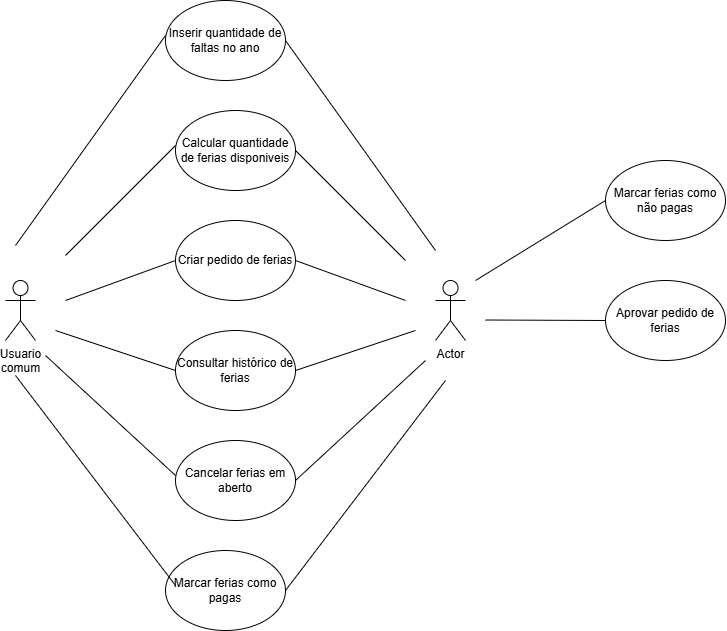
Before: Primeiro Semestre/casos de uso TCC-caso de uso especifico 3 - ferias.drawio.png, a diagram exported from draw.io (Lucas-RDV/TCC). Source tidied: cells renumbered, new cells last; positions are measured from the earlier drawing's top-left corner, leaving out a move shared by most shapes.
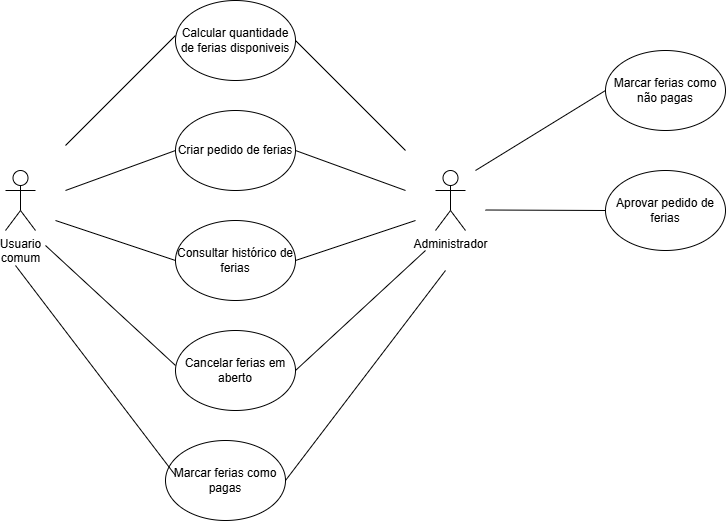
The same file after the commit.

Commit message:
diagrama de classes 1.0

What changed in the source:
```diff
@@ -14,16 +14,13 @@
     <mxCell id="5" value="Consultar histórico de ferias" style="ellipse;whiteSpace=wrap;html=1;" parent="1" vertex="1">
       <mxGeometry x="170" y="330" width="120" height="80" as="geometry" />
     </mxCell>
-    <mxCell id="6" value="Inserir quantidade de faltas no ano" style="ellipse;whiteSpace=wrap;html=1;" parent="1" vertex="1">
-      <mxGeometry x="160" width="120" height="80" as="geometry" />
-    </mxCell>
     <mxCell id="7" value="Marcar ferias como pagas" style="ellipse;whiteSpace=wrap;html=1;" parent="1" vertex="1">
       <mxGeometry x="160" y="550" width="120" height="80" as="geometry" />
     </mxCell>
     <mxCell id="8" value="Cancelar ferias em aberto" style="ellipse;whiteSpace=wrap;html=1;" parent="1" vertex="1">
       <mxGeometry x="170" y="440" width="120" height="80" as="geometry" />
     </mxCell>
-    <mxCell id="9" value="Actor" style="shape=umlActor;verticalLabelPosition=bottom;verticalAlign=top;html=1;" parent="1" vertex="1">
+    <mxCell id="9" value="Administrador&lt;div&gt;&lt;br&gt;&lt;/div&gt;" style="shape=umlActor;verticalLabelPosition=bottom;verticalAlign=top;html=1;" parent="1" vertex="1">
       <mxGeometry x="430" y="280" width="30" height="60" as="geometry" />
     </mxCell>
     <mxCell id="10" style="rounded=0;jettySize=auto;html=1;exitX=1;exitY=0.5;exitDx=0;exitDy=0;endArrow=none;startFill=0;" parent="1" edge="1" source="3">
@@ -59,11 +56,6 @@
         <mxPoint x="470" y="280" as="targetPoint" />
       </mxGeometry>
     </mxCell>
-    <mxCell id="17" style="endArrow=none;html=1;rounded=0;exitX=1;exitY=0.5;exitDx=0;exitDy=0;" parent="1" edge="1" source="6">
-      <mxGeometry relative="1" as="geometry">
-        <mxPoint x="430" y="250" as="targetPoint" />
-      </mxGeometry>
-    </mxCell>
     <mxCell id="18" style="endArrow=none;html=1;rounded=0;exitX=1;exitY=0.5;exitDx=0;exitDy=0;" parent="1" edge="1" source="8">
       <mxGeometry relative="1" as="geometry">
         <mxPoint x="420" y="360" as="targetPoint" />
@@ -92,12 +84,6 @@
         <mxPoint x="50" y="330" as="targetPoint" />
       </mxGeometry>
     </mxCell>
-    <mxCell id="23" style="endArrow=none;html=1;rounded=0;exitX=1;exitY=0.5;exitDx=0;exitDy=0;" parent="1" edge="1">
-      <mxGeometry relative="1" as="geometry">
-        <mxPoint x="160" y="35" as="sourcePoint" />
-        <mxPoint x="10" y="245" as="targetPoint" />
-      </mxGeometry>
-    </mxCell>
     <mxCell id="24" style="endArrow=none;html=1;rounded=0;exitX=1;exitY=0.5;exitDx=0;exitDy=0;" parent="1" edge="1">
       <mxGeometry relative="1" as="geometry">
         <mxPoint x="170" y="475" as="sourcePoint" />
```
